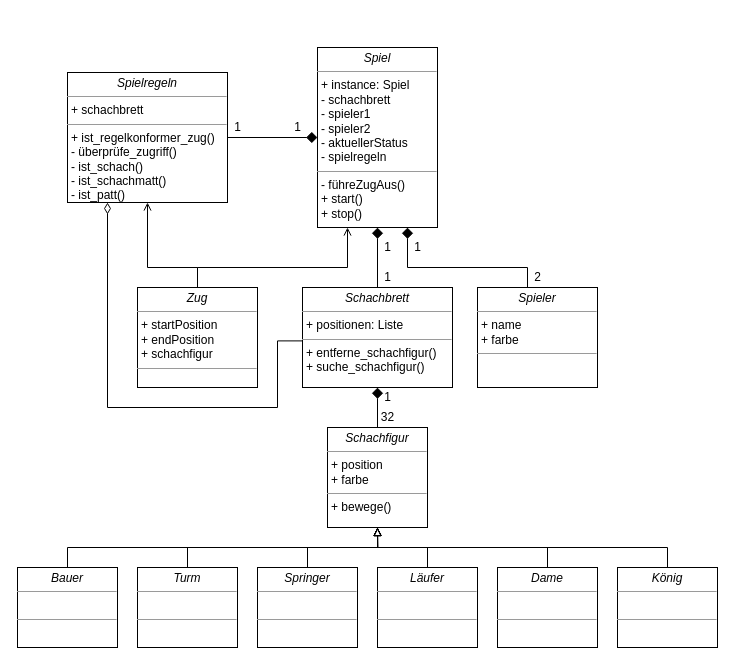
tobiasknode/chess keeps this draw.io diagram as Schach_2.drawio. Above is the earlier version. Source tidied: cells renumbered, new cells numbered last; positions are measured from the earlier drawing's top-left corner, leaving out a move shared by most shapes. Both pictures are drawn from the tidied source at 100%, with x=0, y=0 at pixel (17, 47).
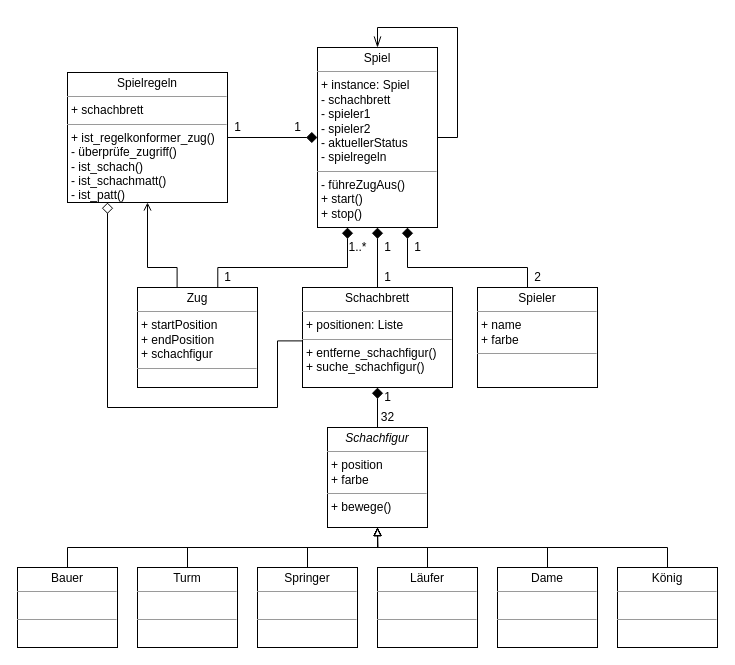
The same page after the edit.

Commit message (it also covers changes not shown here):
CHORE: Updated UML diagram

What changed in the source:
```diff
@@
-    <mxCell id="3" value="&lt;p style=&quot;margin:0px;margin-top:4px;text-align:center;&quot;&gt;&lt;i&gt;Spielregeln&lt;/i&gt;&lt;/p&gt;&lt;hr size=&quot;1&quot;&gt;&lt;p style=&quot;margin:0px;margin-left:4px;&quot;&gt;+ schachbrett&lt;/p&gt;&lt;hr size=&quot;1&quot;&gt;&lt;p style=&quot;margin:0px;margin-left:4px;&quot;&gt;+ ist_regelkonformer_zug()&lt;/p&gt;&lt;p style=&quot;margin:0px;margin-left:4px;&quot;&gt;- überprüfe_zugriff()&lt;br&gt;- ist_schach()&lt;/p&gt;&lt;p style=&quot;margin:0px;margin-left:4px;&quot;&gt;- ist_schachmatt()&lt;/p&gt;&lt;p style=&quot;margin:0px;margin-left:4px;&quot;&gt;- ist_patt()&lt;/p&gt;" style="verticalAlign=top;align=left;overflow=fill;fontSize=12;fontFamily=Helvetica;html=1;rounded=0;shadow=0;comic=0;labelBackgroundColor=none;strokeWidth=1;" parent="1" vertex="1">
+    <mxCell id="3" value="&lt;p style=&quot;margin:0px;margin-top:4px;text-align:center;&quot;&gt;Spielregeln&lt;/p&gt;&lt;hr size=&quot;1&quot;&gt;&lt;p style=&quot;margin:0px;margin-left:4px;&quot;&gt;+ schachbrett&lt;/p&gt;&lt;hr size=&quot;1&quot;&gt;&lt;p style=&quot;margin:0px;margin-left:4px;&quot;&gt;+ ist_regelkonformer_zug()&lt;/p&gt;&lt;p style=&quot;margin:0px;margin-left:4px;&quot;&gt;- überprüfe_zugriff()&lt;br&gt;- ist_schach()&lt;/p&gt;&lt;p style=&quot;margin:0px;margin-left:4px;&quot;&gt;- ist_schachmatt()&lt;/p&gt;&lt;p style=&quot;margin:0px;margin-left:4px;&quot;&gt;- ist_patt()&lt;/p&gt;" style="verticalAlign=top;align=left;overflow=fill;fontSize=12;fontFamily=Helvetica;html=1;rounded=0;shadow=0;comic=0;labelBackgroundColor=none;strokeWidth=1;" parent="1" vertex="1">
       <mxGeometry x="50" y="25" width="160" height="130" as="geometry" />
     </mxCell>
-    <mxCell id="4" value="&lt;p style=&quot;margin:0px;margin-top:4px;text-align:center;&quot;&gt;&lt;i&gt;Spiel&lt;/i&gt;&lt;/p&gt;&lt;hr size=&quot;1&quot;&gt;&lt;p style=&quot;margin:0px;margin-left:4px;&quot;&gt;+ instance: Spiel&lt;/p&gt;&lt;p style=&quot;margin:0px;margin-left:4px;&quot;&gt;- schachbrett&lt;/p&gt;&lt;p style=&quot;margin:0px;margin-left:4px;&quot;&gt;- spieler1&lt;/p&gt;&lt;p style=&quot;margin:0px;margin-left:4px;&quot;&gt;- spieler2&lt;/p&gt;&lt;p style=&quot;margin:0px;margin-left:4px;&quot;&gt;- aktuellerStatus&lt;/p&gt;&lt;p style=&quot;margin:0px;margin-left:4px;&quot;&gt;- spielregeln&lt;/p&gt;&lt;hr size=&quot;1&quot;&gt;&lt;p style=&quot;margin:0px;margin-left:4px;&quot;&gt;- führeZugAus()&lt;br&gt;&lt;/p&gt;&lt;p style=&quot;margin:0px;margin-left:4px;&quot;&gt;+ start()&lt;/p&gt;&lt;p style=&quot;margin:0px;margin-left:4px;&quot;&gt;+ stop()&lt;/p&gt;" style="verticalAlign=top;align=left;overflow=fill;fontSize=12;fontFamily=Helvetica;html=1;rounded=0;shadow=0;comic=0;labelBackgroundColor=none;strokeWidth=1;" parent="1" vertex="1">
+    <mxCell id="4" value="&lt;p style=&quot;margin:0px;margin-top:4px;text-align:center;&quot;&gt;Spiel&lt;/p&gt;&lt;hr size=&quot;1&quot;&gt;&lt;p style=&quot;margin:0px;margin-left:4px;&quot;&gt;+ instance: Spiel&lt;/p&gt;&lt;p style=&quot;margin:0px;margin-left:4px;&quot;&gt;- schachbrett&lt;/p&gt;&lt;p style=&quot;margin:0px;margin-left:4px;&quot;&gt;- spieler1&lt;/p&gt;&lt;p style=&quot;margin:0px;margin-left:4px;&quot;&gt;- spieler2&lt;/p&gt;&lt;p style=&quot;margin:0px;margin-left:4px;&quot;&gt;- aktuellerStatus&lt;/p&gt;&lt;p style=&quot;margin:0px;margin-left:4px;&quot;&gt;- spielregeln&lt;/p&gt;&lt;hr size=&quot;1&quot;&gt;&lt;p style=&quot;margin:0px;margin-left:4px;&quot;&gt;- führeZugAus()&lt;br&gt;&lt;/p&gt;&lt;p style=&quot;margin:0px;margin-left:4px;&quot;&gt;+ start()&lt;/p&gt;&lt;p style=&quot;margin:0px;margin-left:4px;&quot;&gt;+ stop()&lt;/p&gt;" style="verticalAlign=top;align=left;overflow=fill;fontSize=12;fontFamily=Helvetica;html=1;rounded=0;shadow=0;comic=0;labelBackgroundColor=none;strokeWidth=1;" parent="1" vertex="1">
       <mxGeometry x="300" width="120" height="180" as="geometry" />
     </mxCell>
@@
-    <mxCell id="8" value="&lt;p style=&quot;margin:0px;margin-top:4px;text-align:center;&quot;&gt;&lt;i&gt;Bauer&lt;/i&gt;&lt;/p&gt;&lt;hr size=&quot;1&quot;&gt;&lt;p style=&quot;margin:0px;margin-left:4px;&quot;&gt;&lt;br&gt;&lt;/p&gt;&lt;hr size=&quot;1&quot;&gt;&lt;p style=&quot;margin:0px;margin-left:4px;&quot;&gt;&lt;br&gt;&lt;/p&gt;" style="verticalAlign=top;align=left;overflow=fill;fontSize=12;fontFamily=Helvetica;html=1;rounded=0;shadow=0;comic=0;labelBackgroundColor=none;strokeWidth=1;" parent="1" vertex="1">
+    <mxCell id="8" value="&lt;p style=&quot;margin:0px;margin-top:4px;text-align:center;&quot;&gt;Bauer&lt;/p&gt;&lt;hr size=&quot;1&quot;&gt;&lt;p style=&quot;margin:0px;margin-left:4px;&quot;&gt;&lt;br&gt;&lt;/p&gt;&lt;hr size=&quot;1&quot;&gt;&lt;p style=&quot;margin:0px;margin-left:4px;&quot;&gt;&lt;br&gt;&lt;/p&gt;" style="verticalAlign=top;align=left;overflow=fill;fontSize=12;fontFamily=Helvetica;html=1;rounded=0;shadow=0;comic=0;labelBackgroundColor=none;strokeWidth=1;" parent="1" vertex="1">
       <mxGeometry y="520" width="100" height="80" as="geometry" />
     </mxCell>
@@
-    <mxCell id="10" value="&lt;p style=&quot;margin:0px;margin-top:4px;text-align:center;&quot;&gt;&lt;i&gt;Turm&lt;/i&gt;&lt;/p&gt;&lt;hr size=&quot;1&quot;&gt;&lt;p style=&quot;margin:0px;margin-left:4px;&quot;&gt;&lt;br&gt;&lt;/p&gt;&lt;hr size=&quot;1&quot;&gt;&lt;p style=&quot;margin:0px;margin-left:4px;&quot;&gt;&lt;br&gt;&lt;/p&gt;" style="verticalAlign=top;align=left;overflow=fill;fontSize=12;fontFamily=Helvetica;html=1;rounded=0;shadow=0;comic=0;labelBackgroundColor=none;strokeWidth=1;" parent="1" vertex="1">
+    <mxCell id="10" value="&lt;p style=&quot;margin:0px;margin-top:4px;text-align:center;&quot;&gt;Turm&lt;/p&gt;&lt;hr size=&quot;1&quot;&gt;&lt;p style=&quot;margin:0px;margin-left:4px;&quot;&gt;&lt;br&gt;&lt;/p&gt;&lt;hr size=&quot;1&quot;&gt;&lt;p style=&quot;margin:0px;margin-left:4px;&quot;&gt;&lt;br&gt;&lt;/p&gt;" style="verticalAlign=top;align=left;overflow=fill;fontSize=12;fontFamily=Helvetica;html=1;rounded=0;shadow=0;comic=0;labelBackgroundColor=none;strokeWidth=1;" parent="1" vertex="1">
       <mxGeometry x="120" y="520" width="100" height="80" as="geometry" />
     </mxCell>
@@
-    <mxCell id="12" value="&lt;p style=&quot;margin:0px;margin-top:4px;text-align:center;&quot;&gt;&lt;i&gt;Springer&lt;/i&gt;&lt;/p&gt;&lt;hr size=&quot;1&quot;&gt;&lt;p style=&quot;margin:0px;margin-left:4px;&quot;&gt;&lt;br&gt;&lt;/p&gt;&lt;hr size=&quot;1&quot;&gt;&lt;p style=&quot;margin:0px;margin-left:4px;&quot;&gt;&lt;br&gt;&lt;/p&gt;" style="verticalAlign=top;align=left;overflow=fill;fontSize=12;fontFamily=Helvetica;html=1;rounded=0;shadow=0;comic=0;labelBackgroundColor=none;strokeWidth=1;" parent="1" vertex="1">
+    <mxCell id="12" value="&lt;p style=&quot;margin:0px;margin-top:4px;text-align:center;&quot;&gt;Springer&lt;/p&gt;&lt;hr size=&quot;1&quot;&gt;&lt;p style=&quot;margin:0px;margin-left:4px;&quot;&gt;&lt;br&gt;&lt;/p&gt;&lt;hr size=&quot;1&quot;&gt;&lt;p style=&quot;margin:0px;margin-left:4px;&quot;&gt;&lt;br&gt;&lt;/p&gt;" style="verticalAlign=top;align=left;overflow=fill;fontSize=12;fontFamily=Helvetica;html=1;rounded=0;shadow=0;comic=0;labelBackgroundColor=none;strokeWidth=1;" parent="1" vertex="1">
       <mxGeometry x="240" y="520" width="100" height="80" as="geometry" />
     </mxCell>
@@
-    <mxCell id="14" value="&lt;p style=&quot;margin:0px;margin-top:4px;text-align:center;&quot;&gt;&lt;i&gt;Läufer&lt;/i&gt;&lt;/p&gt;&lt;hr size=&quot;1&quot;&gt;&lt;p style=&quot;margin:0px;margin-left:4px;&quot;&gt;&lt;br&gt;&lt;/p&gt;&lt;hr size=&quot;1&quot;&gt;&lt;p style=&quot;margin:0px;margin-left:4px;&quot;&gt;&lt;br&gt;&lt;/p&gt;" style="verticalAlign=top;align=left;overflow=fill;fontSize=12;fontFamily=Helvetica;html=1;rounded=0;shadow=0;comic=0;labelBackgroundColor=none;strokeWidth=1;" parent="1" vertex="1">
+    <mxCell id="14" value="&lt;p style=&quot;margin:0px;margin-top:4px;text-align:center;&quot;&gt;Läufer&lt;/p&gt;&lt;hr size=&quot;1&quot;&gt;&lt;p style=&quot;margin:0px;margin-left:4px;&quot;&gt;&lt;br&gt;&lt;/p&gt;&lt;hr size=&quot;1&quot;&gt;&lt;p style=&quot;margin:0px;margin-left:4px;&quot;&gt;&lt;br&gt;&lt;/p&gt;" style="verticalAlign=top;align=left;overflow=fill;fontSize=12;fontFamily=Helvetica;html=1;rounded=0;shadow=0;comic=0;labelBackgroundColor=none;strokeWidth=1;" parent="1" vertex="1">
       <mxGeometry x="360" y="520" width="100" height="80" as="geometry" />
     </mxCell>
@@
-    <mxCell id="16" value="&lt;p style=&quot;margin:0px;margin-top:4px;text-align:center;&quot;&gt;&lt;i&gt;Dame&lt;/i&gt;&lt;/p&gt;&lt;hr size=&quot;1&quot;&gt;&lt;p style=&quot;margin:0px;margin-left:4px;&quot;&gt;&lt;br&gt;&lt;/p&gt;&lt;hr size=&quot;1&quot;&gt;&lt;p style=&quot;margin:0px;margin-left:4px;&quot;&gt;&lt;br&gt;&lt;/p&gt;" style="verticalAlign=top;align=left;overflow=fill;fontSize=12;fontFamily=Helvetica;html=1;rounded=0;shadow=0;comic=0;labelBackgroundColor=none;strokeWidth=1;" parent="1" vertex="1">
+    <mxCell id="16" value="&lt;p style=&quot;margin:0px;margin-top:4px;text-align:center;&quot;&gt;Dame&lt;/p&gt;&lt;hr size=&quot;1&quot;&gt;&lt;p style=&quot;margin:0px;margin-left:4px;&quot;&gt;&lt;br&gt;&lt;/p&gt;&lt;hr size=&quot;1&quot;&gt;&lt;p style=&quot;margin:0px;margin-left:4px;&quot;&gt;&lt;br&gt;&lt;/p&gt;" style="verticalAlign=top;align=left;overflow=fill;fontSize=12;fontFamily=Helvetica;html=1;rounded=0;shadow=0;comic=0;labelBackgroundColor=none;strokeWidth=1;" parent="1" vertex="1">
       <mxGeometry x="480" y="520" width="100" height="80" as="geometry" />
     </mxCell>
@@
-    <mxCell id="18" value="&lt;p style=&quot;margin:0px;margin-top:4px;text-align:center;&quot;&gt;&lt;i&gt;König&lt;/i&gt;&lt;/p&gt;&lt;hr size=&quot;1&quot;&gt;&lt;p style=&quot;margin:0px;margin-left:4px;&quot;&gt;&lt;br&gt;&lt;/p&gt;&lt;hr size=&quot;1&quot;&gt;&lt;p style=&quot;margin:0px;margin-left:4px;&quot;&gt;&lt;br&gt;&lt;/p&gt;" style="verticalAlign=top;align=left;overflow=fill;fontSize=12;fontFamily=Helvetica;html=1;rounded=0;shadow=0;comic=0;labelBackgroundColor=none;strokeWidth=1;" parent="1" vertex="1">
+    <mxCell id="18" value="&lt;p style=&quot;margin:0px;margin-top:4px;text-align:center;&quot;&gt;König&lt;/p&gt;&lt;hr size=&quot;1&quot;&gt;&lt;p style=&quot;margin:0px;margin-left:4px;&quot;&gt;&lt;br&gt;&lt;/p&gt;&lt;hr size=&quot;1&quot;&gt;&lt;p style=&quot;margin:0px;margin-left:4px;&quot;&gt;&lt;br&gt;&lt;/p&gt;" style="verticalAlign=top;align=left;overflow=fill;fontSize=12;fontFamily=Helvetica;html=1;rounded=0;shadow=0;comic=0;labelBackgroundColor=none;strokeWidth=1;" parent="1" vertex="1">
       <mxGeometry x="600" y="520" width="100" height="80" as="geometry" />
     </mxCell>
@@
-    <mxCell id="20" style="edgeStyle=orthogonalEdgeStyle;rounded=0;jettySize=auto;html=1;entryX=0.25;entryY=1;entryDx=0;entryDy=0;endArrow=diamondThin;endFill=0;exitX=-0.001;exitY=0.534;exitDx=0;exitDy=0;exitPerimeter=0;endSize=9;startSize=6;" parent="1" edge="1" source="21" target="3">
+    <mxCell id="20" style="edgeStyle=orthogonalEdgeStyle;rounded=0;jettySize=auto;html=1;entryX=0.25;entryY=1;entryDx=0;entryDy=0;endArrow=diamond;endFill=0;exitX=-0.001;exitY=0.534;exitDx=0;exitDy=0;exitPerimeter=0;endSize=9;startSize=6;" parent="1" edge="1" source="21" target="3">
       <mxGeometry relative="1" as="geometry">
         <Array as="points">
           <mxPoint x="260" y="293" />
           <mxPoint x="260" y="360" />
           <mxPoint x="90" y="360" />
         </Array>
       </mxGeometry>
     </mxCell>
-    <mxCell id="21" value="&lt;p style=&quot;margin:0px;margin-top:4px;text-align:center;&quot;&gt;&lt;i&gt;Schachbrett&lt;/i&gt;&lt;/p&gt;&lt;hr size=&quot;1&quot;&gt;&lt;p style=&quot;margin:0px;margin-left:4px;&quot;&gt;+ positionen: Liste&lt;/p&gt;&lt;hr size=&quot;1&quot;&gt;&lt;p style=&quot;margin:0px;margin-left:4px;&quot;&gt;+ entferne_schachfigur()&lt;/p&gt;&lt;p style=&quot;margin:0px;margin-left:4px;&quot;&gt;+ suche_schachfigur()&lt;/p&gt;" style="verticalAlign=top;align=left;overflow=fill;fontSize=12;fontFamily=Helvetica;html=1;rounded=0;shadow=0;comic=0;labelBackgroundColor=none;strokeWidth=1;" parent="1" vertex="1">
+    <mxCell id="21" value="&lt;p style=&quot;margin:0px;margin-top:4px;text-align:center;&quot;&gt;Schachbrett&lt;/p&gt;&lt;hr size=&quot;1&quot;&gt;&lt;p style=&quot;margin:0px;margin-left:4px;&quot;&gt;+ positionen: Liste&lt;/p&gt;&lt;hr size=&quot;1&quot;&gt;&lt;p style=&quot;margin:0px;margin-left:4px;&quot;&gt;+ entferne_schachfigur()&lt;/p&gt;&lt;p style=&quot;margin:0px;margin-left:4px;&quot;&gt;+ suche_schachfigur()&lt;/p&gt;" style="verticalAlign=top;align=left;overflow=fill;fontSize=12;fontFamily=Helvetica;html=1;rounded=0;shadow=0;comic=0;labelBackgroundColor=none;strokeWidth=1;" parent="1" vertex="1">
       <mxGeometry x="285" y="240" width="150" height="100" as="geometry" />
     </mxCell>
-    <mxCell id="22" style="edgeStyle=orthogonalEdgeStyle;rounded=0;jettySize=auto;html=1;entryX=0.25;entryY=1;entryDx=0;entryDy=0;endArrow=open;endFill=0;" parent="1" edge="1" source="24" target="4">
+    <mxCell id="22" style="edgeStyle=orthogonalEdgeStyle;rounded=0;jettySize=auto;html=1;entryX=0.25;entryY=1;entryDx=0;entryDy=0;endArrow=diamond;endFill=1;endSize=9;exitX=0.669;exitY=0.007;exitDx=0;exitDy=0;exitPerimeter=0;" parent="1" edge="1" source="24" target="4">
       <mxGeometry relative="1" as="geometry">
         <Array as="points">
-          <mxPoint x="180" y="220" />
+          <mxPoint x="200" y="220" />
           <mxPoint x="330" y="220" />
         </Array>
       </mxGeometry>
     </mxCell>
-    <mxCell id="23" style="edgeStyle=orthogonalEdgeStyle;rounded=0;jettySize=auto;html=1;entryX=0.5;entryY=1;entryDx=0;entryDy=0;endArrow=open;endFill=0;" parent="1" edge="1" source="24" target="3">
+    <mxCell id="23" style="edgeStyle=orthogonalEdgeStyle;rounded=0;jettySize=auto;html=1;entryX=0.5;entryY=1;entryDx=0;entryDy=0;endArrow=open;endFill=0;exitX=0.33;exitY=0.005;exitDx=0;exitDy=0;exitPerimeter=0;" parent="1" edge="1" source="24" target="3">
       <mxGeometry relative="1" as="geometry">
         <Array as="points">
-          <mxPoint x="180" y="220" />
+          <mxPoint x="160" y="220" />
           <mxPoint x="130" y="220" />
         </Array>
       </mxGeometry>
     </mxCell>
-    <mxCell id="24" value="&lt;p style=&quot;margin:0px;margin-top:4px;text-align:center;&quot;&gt;&lt;i&gt;Zug&lt;/i&gt;&lt;/p&gt;&lt;hr size=&quot;1&quot;&gt;&lt;p style=&quot;margin:0px;margin-left:4px;&quot;&gt;+ startPosition&amp;nbsp;&lt;/p&gt;&lt;p style=&quot;margin:0px;margin-left:4px;&quot;&gt;+ endPosition&amp;nbsp;&lt;/p&gt;&lt;p style=&quot;margin:0px;margin-left:4px;&quot;&gt;+ schachfigur&lt;/p&gt;&lt;hr size=&quot;1&quot;&gt;&lt;p style=&quot;margin:0px;margin-left:4px;&quot;&gt;&lt;br&gt;&lt;/p&gt;" style="verticalAlign=top;align=left;overflow=fill;fontSize=12;fontFamily=Helvetica;html=1;rounded=0;shadow=0;comic=0;labelBackgroundColor=none;strokeWidth=1;" parent="1" vertex="1">
+    <mxCell id="24" value="&lt;p style=&quot;margin:0px;margin-top:4px;text-align:center;&quot;&gt;Zug&lt;/p&gt;&lt;hr size=&quot;1&quot;&gt;&lt;p style=&quot;margin:0px;margin-left:4px;&quot;&gt;+ startPosition&amp;nbsp;&lt;/p&gt;&lt;p style=&quot;margin:0px;margin-left:4px;&quot;&gt;+ endPosition&amp;nbsp;&lt;/p&gt;&lt;p style=&quot;margin:0px;margin-left:4px;&quot;&gt;+ schachfigur&lt;/p&gt;&lt;hr size=&quot;1&quot;&gt;&lt;p style=&quot;margin:0px;margin-left:4px;&quot;&gt;&lt;br&gt;&lt;/p&gt;" style="verticalAlign=top;align=left;overflow=fill;fontSize=12;fontFamily=Helvetica;html=1;rounded=0;shadow=0;comic=0;labelBackgroundColor=none;strokeWidth=1;" parent="1" vertex="1">
       <mxGeometry x="120" y="240" width="120" height="100" as="geometry" />
     </mxCell>
@@
-    <mxCell id="26" value="&lt;p style=&quot;margin:0px;margin-top:4px;text-align:center;&quot;&gt;&lt;i&gt;Spieler&lt;/i&gt;&lt;/p&gt;&lt;hr size=&quot;1&quot;&gt;&lt;p style=&quot;margin:0px;margin-left:4px;&quot;&gt;+ name&amp;nbsp;&lt;/p&gt;&lt;p style=&quot;margin:0px;margin-left:4px;&quot;&gt;+ farbe&lt;/p&gt;&lt;hr size=&quot;1&quot;&gt;&lt;p style=&quot;margin:0px;margin-left:4px;&quot;&gt;&lt;br&gt;&lt;/p&gt;" style="verticalAlign=top;align=left;overflow=fill;fontSize=12;fontFamily=Helvetica;html=1;rounded=0;shadow=0;comic=0;labelBackgroundColor=none;strokeWidth=1;" parent="1" vertex="1">
+    <mxCell id="26" value="&lt;p style=&quot;margin:0px;margin-top:4px;text-align:center;&quot;&gt;Spieler&lt;/p&gt;&lt;hr size=&quot;1&quot;&gt;&lt;p style=&quot;margin:0px;margin-left:4px;&quot;&gt;+ name&amp;nbsp;&lt;/p&gt;&lt;p style=&quot;margin:0px;margin-left:4px;&quot;&gt;+ farbe&lt;/p&gt;&lt;hr size=&quot;1&quot;&gt;&lt;p style=&quot;margin:0px;margin-left:4px;&quot;&gt;&lt;br&gt;&lt;/p&gt;" style="verticalAlign=top;align=left;overflow=fill;fontSize=12;fontFamily=Helvetica;html=1;rounded=0;shadow=0;comic=0;labelBackgroundColor=none;strokeWidth=1;" parent="1" vertex="1">
       <mxGeometry x="460" y="240" width="120" height="100" as="geometry" />
     </mxCell>
@@
+    <mxCell id="35" value="1" style="text;html=1;align=center;verticalAlign=middle;strokeColor=none;fillColor=none;" parent="1" vertex="1">
+      <mxGeometry x="200" y="220" width="20" height="20" as="geometry" />
+    </mxCell>
+    <mxCell id="36" value="1..*" style="text;html=1;align=center;verticalAlign=middle;strokeColor=none;fillColor=none;" parent="1" vertex="1">
+      <mxGeometry x="325" y="190" width="30" height="20" as="geometry" />
+    </mxCell>
+    <mxCell id="37" style="endArrow=openThin;endFill=0;endSize=9;html=1;rounded=0;entryX=0.5;entryY=0;entryDx=0;entryDy=0;exitX=1;exitY=0.5;exitDx=0;exitDy=0;" parent="1" edge="1" source="4" target="4">
+      <mxGeometry relative="1" as="geometry">
+        <Array as="points">
+          <mxPoint x="440" y="90" />
+          <mxPoint x="440" y="-20" />
+          <mxPoint x="360" y="-20" />
+        </Array>
+      </mxGeometry>
+    </mxCell>
```
